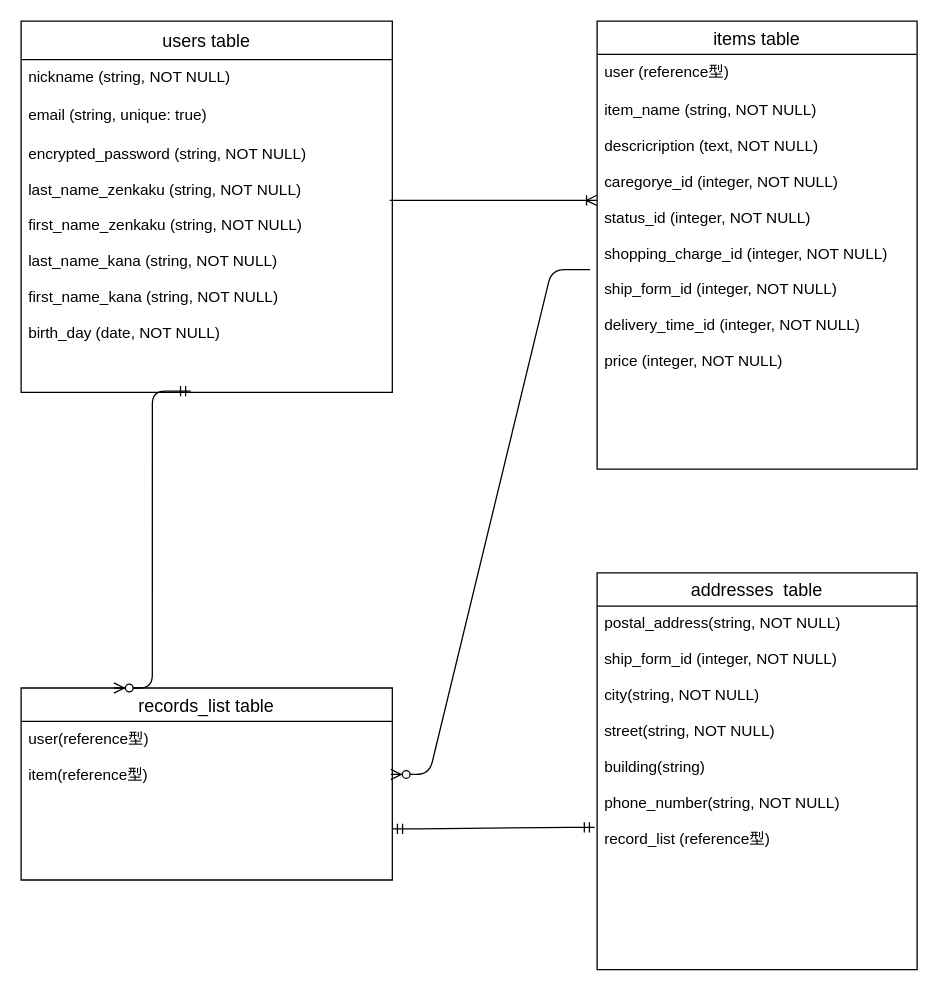
Above: database.dio in manbou310/furima-35838 (draw.io), before the change. Source tidied: cells renumbered, new cells numbered last; positions are measured from the earlier drawing's top-left corner, leaving out a move shared by most shapes. Both pictures are drawn from the tidied source at 128%, with x=0, y=0 at pixel (20, 20).
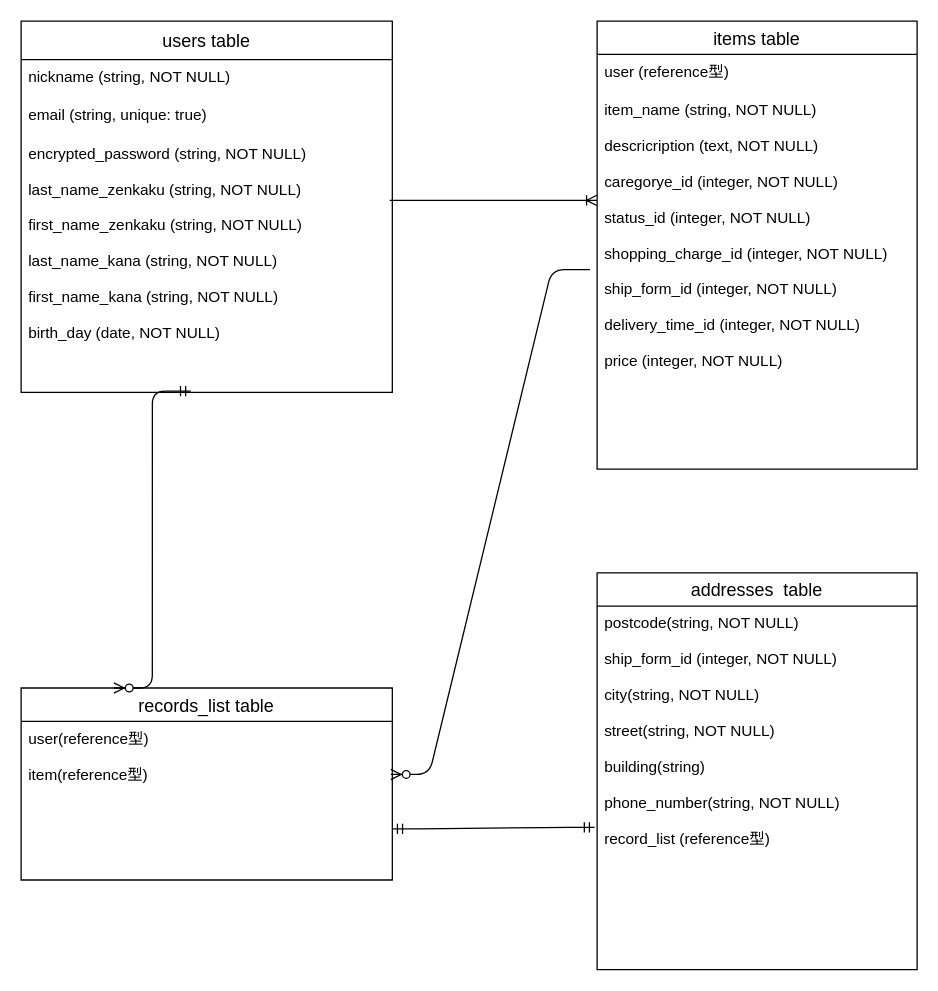
Above is the later version.

Change to the diagram source:
```diff
@@
 <mxGraphModel>
   <root>
     <mxCell id="0" />
     <mxCell id="1" parent="0" />
     <mxCell id="2" value="users table" style="swimlane;fontStyle=0;horizontal=1;startSize=30;align=center;fontSize=14;" parent="1" vertex="1">
       <mxGeometry width="290" height="290" as="geometry" />
     </mxCell>
     <mxCell id="3" value="nickname (string, NOT NULL)" style="text;strokeColor=none;fillColor=none;spacingLeft=4;spacingRight=4;overflow=hidden;fontSize=12;" parent="2" vertex="1">
       <mxGeometry y="30" width="290" height="30" as="geometry" />
     </mxCell>
     <mxCell id="4" value="email (string, unique: true)" style="text;strokeColor=none;fillColor=none;spacingLeft=4;spacingRight=4;overflow=hidden;fontSize=12;" parent="2" vertex="1">
       <mxGeometry y="60" width="290" height="30" as="geometry" />
     </mxCell>
     <mxCell id="5" value="encrypted_password (string, NOT NULL)&#10;&#10;last_name_zenkaku (string, NOT NULL)&#10;&#10;first_name_zenkaku (string, NOT NULL)&#10;&#10;last_name_kana (string, NOT NULL)&#10;&#10;first_name_kana (string, NOT NULL)&#10;&#10;birth_day (date, NOT NULL)&#10;" style="text;strokeColor=none;fillColor=none;spacingLeft=4;spacingRight=4;overflow=hidden;points=[[0,0.5],[1,0.5]];portConstraint=eastwest;fontSize=12;" parent="2" vertex="1">
       <mxGeometry y="90" width="290" height="200" as="geometry" />
     </mxCell>
     <mxCell id="6" value="addresses  table" style="swimlane;fontStyle=0;horizontal=1;startSize=26;align=center;fontSize=14;" parent="1" vertex="1">
       <mxGeometry x="450" y="431" width="250" height="310" as="geometry" />
     </mxCell>
-    <mxCell id="7" value="postal_address(string, NOT NULL)&#10;&#10;ship_form_id (integer, NOT NULL)&#10;&#10;city(string, NOT NULL)&#10;&#10;street(string, NOT NULL)&#10;&#10;building(string)&#10;&#10;phone_number(string, NOT NULL)&#10;&#10;record_list (reference型)" style="text;strokeColor=none;fillColor=none;spacingLeft=4;spacingRight=4;overflow=hidden;points=[[0,0.5],[1,0.5]];portConstraint=eastwest;fontSize=12;" parent="6" vertex="1">
+    <mxCell id="7" value="postcode(string, NOT NULL)&#10;&#10;ship_form_id (integer, NOT NULL)&#10;&#10;city(string, NOT NULL)&#10;&#10;street(string, NOT NULL)&#10;&#10;building(string)&#10;&#10;phone_number(string, NOT NULL)&#10;&#10;record_list (reference型)" style="text;strokeColor=none;fillColor=none;spacingLeft=4;spacingRight=4;overflow=hidden;points=[[0,0.5],[1,0.5]];portConstraint=eastwest;fontSize=12;" parent="6" vertex="1">
       <mxGeometry y="26" width="250" height="284" as="geometry" />
     </mxCell>
     <mxCell id="8" value="items table" style="swimlane;fontStyle=0;horizontal=1;startSize=26;align=center;fontSize=14;" parent="1" vertex="1">
       <mxGeometry x="450" width="250" height="350" as="geometry" />
     </mxCell>
     <mxCell id="9" value="user (reference型)" style="text;strokeColor=none;fillColor=none;spacingLeft=4;spacingRight=4;overflow=hidden;fontSize=12;" parent="8" vertex="1">
       <mxGeometry y="26" width="250" height="30" as="geometry" />
     </mxCell>
     <mxCell id="10" value="item_name (string, NOT NULL)&#10;&#10;descricription (text, NOT NULL)&#10;&#10;caregorye_id (integer, NOT NULL)&#10;&#10;status_id (integer, NOT NULL)&#10;&#10;shopping_charge_id (integer, NOT NULL)&#10;&#10;ship_form_id (integer, NOT NULL)&#10;&#10;delivery_time_id (integer, NOT NULL)&#10;&#10;price (integer, NOT NULL)&#10;&#10;" style="text;strokeColor=none;fillColor=none;spacingLeft=4;spacingRight=4;overflow=hidden;points=[[0,0.5],[1,0.5]];portConstraint=eastwest;fontSize=12;" parent="8" vertex="1">
       <mxGeometry y="56" width="250" height="294" as="geometry" />
     </mxCell>
     <mxCell id="11" style="edgeStyle=entityRelationEdgeStyle;fontSize=12;html=1;endArrow=ERoneToMany;entryX=-0.001;entryY=0.286;entryDx=0;entryDy=0;entryPerimeter=0;" parent="1" edge="1" target="10">
       <mxGeometry relative="1" as="geometry">
         <mxPoint x="288" y="140" as="sourcePoint" />
       </mxGeometry>
     </mxCell>
     <mxCell id="12" value="records_list table" style="swimlane;fontStyle=0;horizontal=1;startSize=26;align=center;fontSize=14;" parent="1" vertex="1">
       <mxGeometry y="521" width="290" height="150" as="geometry" />
     </mxCell>
     <mxCell id="13" value="user(reference型)&#10;&#10;item(reference型)" style="text;strokeColor=none;fillColor=none;spacingLeft=4;spacingRight=4;overflow=hidden;points=[[0,0.5],[1,0.5]];portConstraint=eastwest;fontSize=12;" parent="12" vertex="1">
       <mxGeometry y="26" width="290" height="124" as="geometry" />
     </mxCell>
     <mxCell id="14" style="edgeStyle=entityRelationEdgeStyle;fontSize=12;html=1;endArrow=ERmandOne;startArrow=ERmandOne;entryX=-0.008;entryY=0.609;entryDx=0;entryDy=0;entryPerimeter=0;" parent="1" edge="1" target="7">
       <mxGeometry relative="1" as="geometry">
         <mxPoint x="290" y="631" as="sourcePoint" />
       </mxGeometry>
     </mxCell>
     <mxCell id="15" style="edgeStyle=entityRelationEdgeStyle;fontSize=12;html=1;endArrow=ERzeroToMany;startArrow=ERmandOne;entryX=0.25;entryY=0;entryDx=0;entryDy=0;exitX=0.457;exitY=0.995;exitDx=0;exitDy=0;exitPerimeter=0;" parent="1" edge="1" source="5" target="12">
       <mxGeometry relative="1" as="geometry" />
     </mxCell>
     <mxCell id="16" style="edgeStyle=entityRelationEdgeStyle;fontSize=12;html=1;endArrow=ERzeroToMany;endFill=1;exitX=-0.022;exitY=0.47;exitDx=0;exitDy=0;exitPerimeter=0;entryX=0.996;entryY=0.335;entryDx=0;entryDy=0;entryPerimeter=0;" parent="1" edge="1" source="10" target="13">
       <mxGeometry relative="1" as="geometry" />
     </mxCell>
   </root>
 </mxGraphModel>
```
